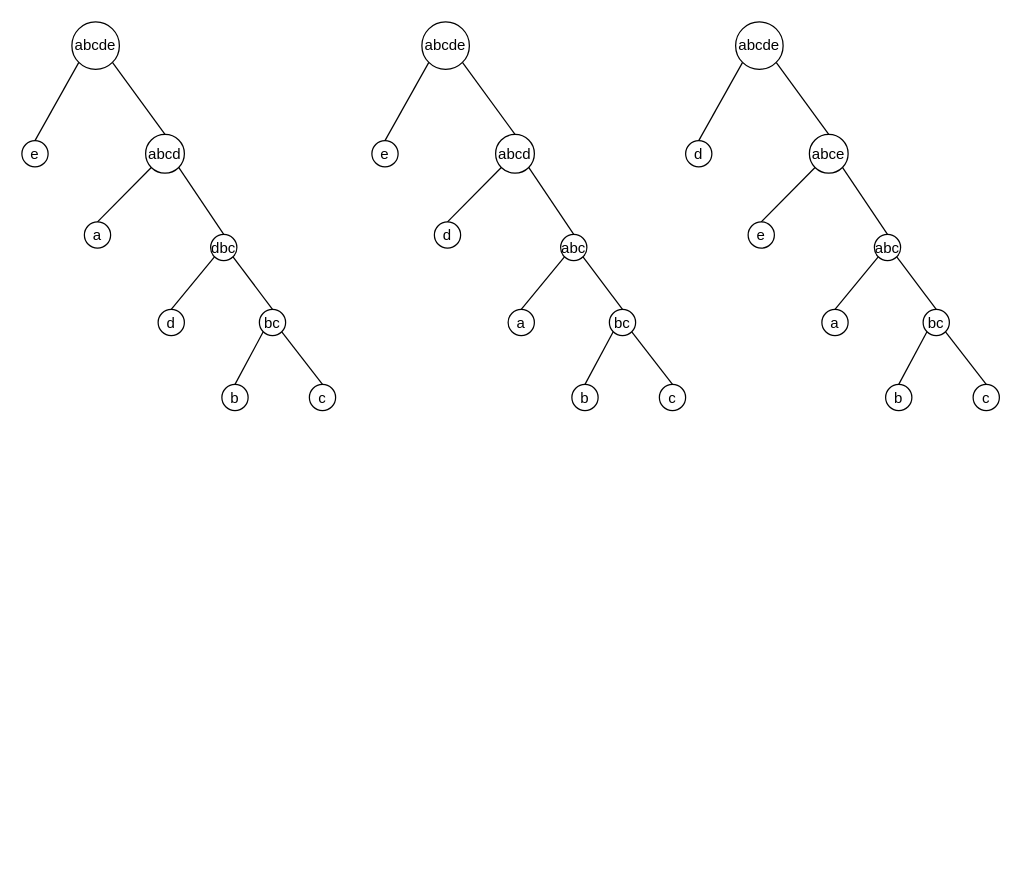
This is img/Fig_degree.drawio from tahiri-lab/PrismTree, a draw.io file, before an edit. Source tidied: cells renumbered, new cells numbered last; positions are measured from the earlier drawing's top-left corner, leaving out a move shared by most shapes. Both pictures are drawn from the tidied source at 125%, with x=0, y=0 at pixel (21, 21).
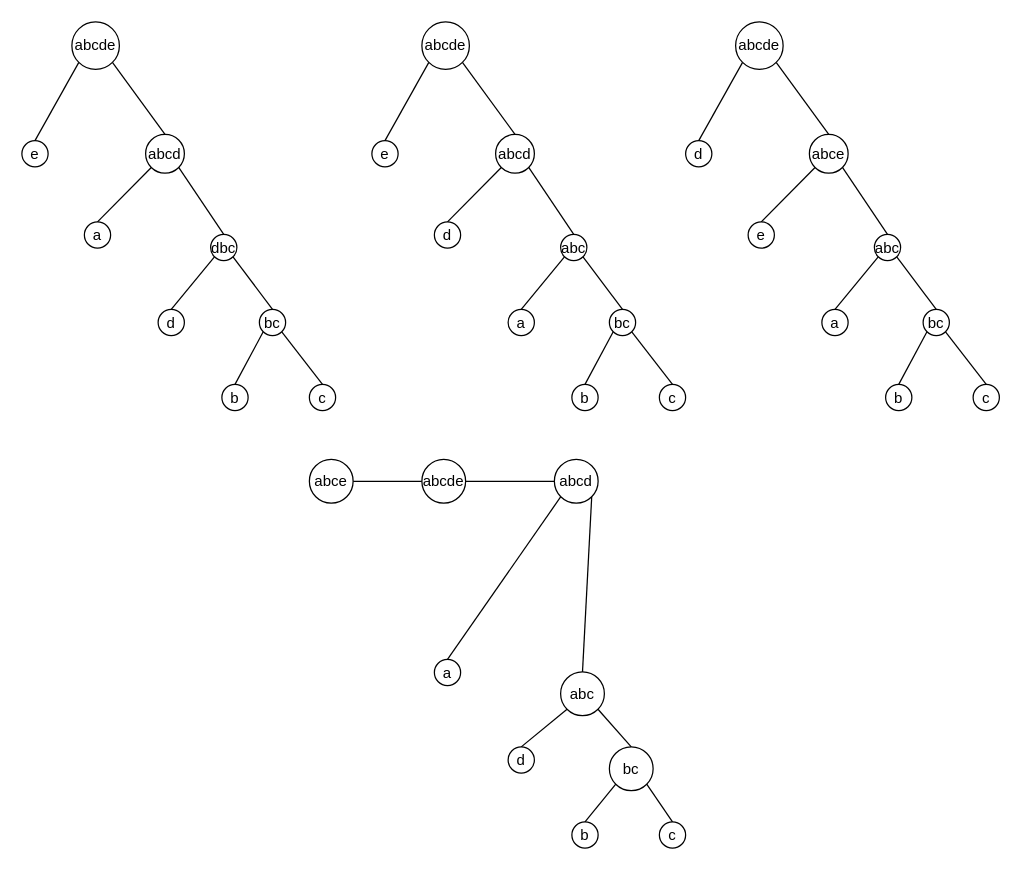
After the change.

What changed in the source:
```diff
@@
+    <mxCell id="56" value="bc" style="ellipse;whiteSpace=wrap;html=1;fontStyle=0;" parent="1" vertex="1">
+      <mxGeometry x="470" y="580" width="35" height="35" as="geometry" />
+    </mxCell>
+    <mxCell id="57" value="abc" style="ellipse;whiteSpace=wrap;html=1;fontStyle=0;" parent="1" vertex="1">
+      <mxGeometry x="431" y="520" width="35" height="35" as="geometry" />
+    </mxCell>
+    <mxCell id="58" style="endArrow=none;html=1;rounded=0;exitX=0;exitY=0.5;exitDx=0;exitDy=0;entryX=1;entryY=0.5;entryDx=0;entryDy=0;fontStyle=0;" parent="1" edge="1" source="68" target="70">
+      <mxGeometry relative="1" as="geometry" />
+    </mxCell>
+    <mxCell id="59" style="endArrow=none;html=1;rounded=0;exitX=0.5;exitY=0;exitDx=0;exitDy=0;entryX=0;entryY=1;entryDx=0;entryDy=0;fontStyle=0;" parent="1" edge="1" source="67" target="68">
+      <mxGeometry relative="1" as="geometry" />
+    </mxCell>
+    <mxCell id="60" style="endArrow=none;html=1;rounded=0;exitX=0.5;exitY=0;exitDx=0;exitDy=0;entryX=0;entryY=1;entryDx=0;entryDy=0;fontStyle=0;" parent="1" edge="1" source="64" target="57">
+      <mxGeometry relative="1" as="geometry" />
+    </mxCell>
+    <mxCell id="61" style="endArrow=none;html=1;rounded=0;exitX=1;exitY=0.5;exitDx=0;exitDy=0;entryX=0;entryY=0.5;entryDx=0;entryDy=0;fontStyle=0;" parent="1" edge="1" source="69" target="70">
+      <mxGeometry relative="1" as="geometry" />
+    </mxCell>
+    <mxCell id="62" style="endArrow=none;html=1;rounded=0;entryX=0;entryY=1;entryDx=0;entryDy=0;exitX=0.5;exitY=0;exitDx=0;exitDy=0;fontStyle=0;" parent="1" edge="1" source="65" target="56">
+      <mxGeometry relative="1" as="geometry" />
+    </mxCell>
+    <mxCell id="63" style="endArrow=none;html=1;rounded=0;entryX=1;entryY=1;entryDx=0;entryDy=0;exitX=0.5;exitY=0;exitDx=0;exitDy=0;fontStyle=0;" parent="1" edge="1" source="66" target="56">
+      <mxGeometry relative="1" as="geometry" />
+    </mxCell>
+    <mxCell id="64" value="&lt;font style=&quot;font-size: 12px;&quot;&gt;d&lt;/font&gt;" style="ellipse;whiteSpace=wrap;html=1;fontStyle=0;" parent="1" vertex="1">
+      <mxGeometry x="389" y="580" width="21" height="21" as="geometry" />
+    </mxCell>
+    <mxCell id="65" value="&lt;font style=&quot;font-size: 12px;&quot;&gt;b&lt;/font&gt;" style="ellipse;whiteSpace=wrap;html=1;fontStyle=0;" parent="1" vertex="1">
+      <mxGeometry x="440" y="640" width="21" height="21" as="geometry" />
+    </mxCell>
+    <mxCell id="66" value="&lt;font style=&quot;font-size: 12px;&quot;&gt;c&lt;/font&gt;" style="ellipse;whiteSpace=wrap;html=1;fontStyle=0;" parent="1" vertex="1">
+      <mxGeometry x="510" y="640" width="21" height="21" as="geometry" />
+    </mxCell>
+    <mxCell id="67" value="a" style="ellipse;whiteSpace=wrap;html=1;fontStyle=0;" parent="1" vertex="1">
+      <mxGeometry x="330" y="510" width="21" height="21" as="geometry" />
+    </mxCell>
+    <mxCell id="68" value="abcd" style="ellipse;whiteSpace=wrap;html=1;fontStyle=0;" parent="1" vertex="1">
+      <mxGeometry x="426" y="350" width="35" height="35" as="geometry" />
+    </mxCell>
+    <mxCell id="69" value="&lt;font style=&quot;font-size: 12px;&quot;&gt;abce&lt;/font&gt;" style="ellipse;whiteSpace=wrap;html=1;fontStyle=0;" parent="1" vertex="1">
+      <mxGeometry x="230" y="350" width="35" height="35" as="geometry" />
+    </mxCell>
+    <mxCell id="70" value="&lt;font style=&quot;font-size: 12px;&quot;&gt;abcde&lt;/font&gt;" style="ellipse;whiteSpace=wrap;html=1;fontStyle=0;" parent="1" vertex="1">
+      <mxGeometry x="320" y="350" width="35" height="35" as="geometry" />
+    </mxCell>
+    <mxCell id="71" style="endArrow=none;html=1;rounded=0;entryX=1;entryY=1;entryDx=0;entryDy=0;exitX=0.5;exitY=0;exitDx=0;exitDy=0;fontStyle=0;" parent="1" edge="1" source="57" target="68">
+      <mxGeometry relative="1" as="geometry" />
+    </mxCell>
+    <mxCell id="72" style="endArrow=none;html=1;rounded=0;entryX=1;entryY=1;entryDx=0;entryDy=0;exitX=0.5;exitY=0;exitDx=0;exitDy=0;fontStyle=0;" parent="1" edge="1" source="56" target="57">
+      <mxGeometry relative="1" as="geometry" />
+    </mxCell>
```
